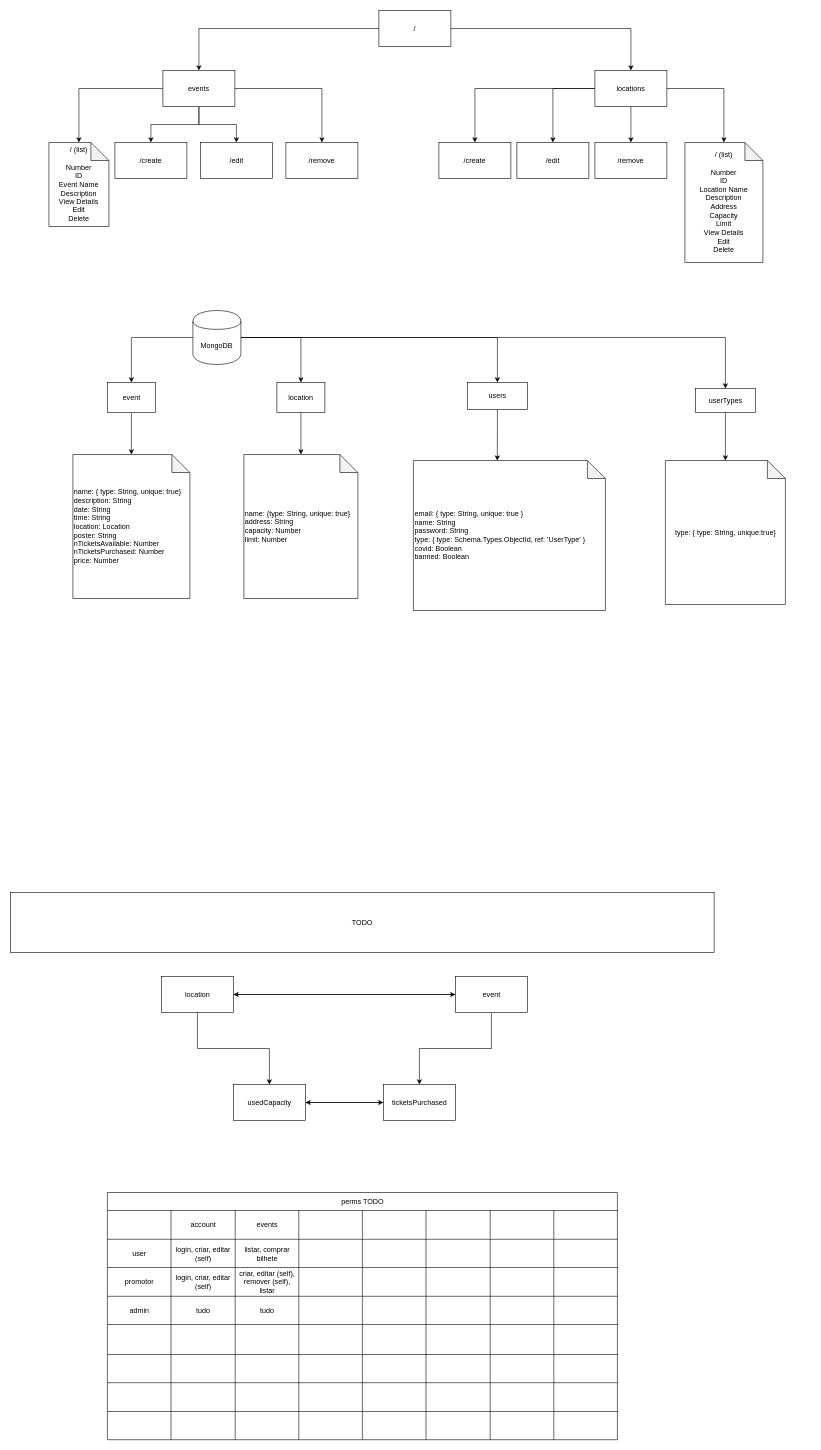
The draw.io diagram diagrama.drawio in onvrb/paw-v2, before the edit. Source tidied: cells renumbered, new cells numbered last; positions are measured from the earlier drawing's top-left corner, leaving out a move shared by most shapes. Both pictures are drawn from the tidied source at 60%, with x=0, y=0 at pixel (10, 10).
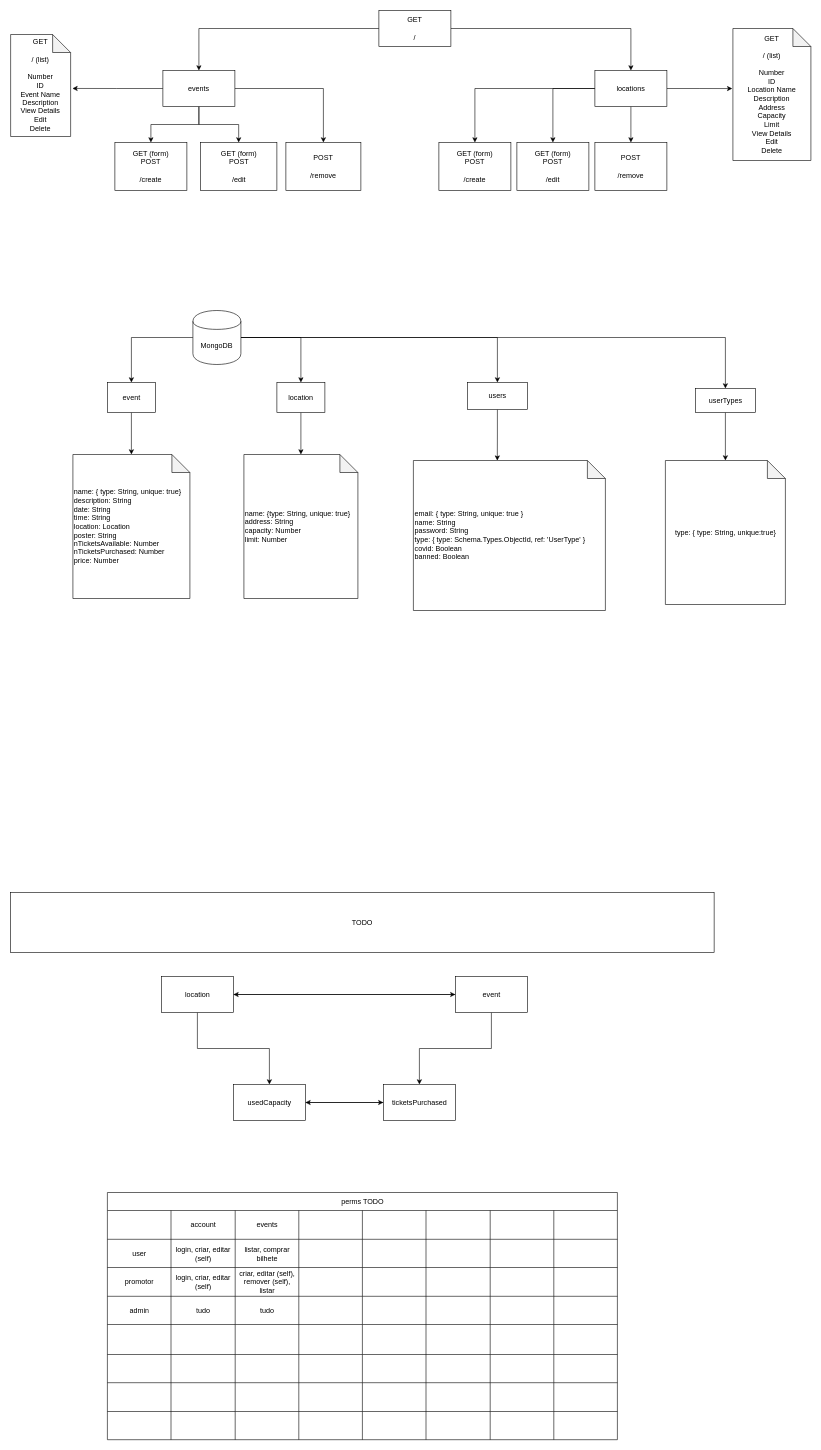
The same page after the edit.

Unchanged cells that the change refers to:
```xml
<mxCell id="10" value="events" style="whiteSpace=wrap;html=1;" parent="1" vertex="1">
  <mxGeometry x="254" y="100" width="120" height="60" as="geometry" />
</mxCell>
<mxCell id="15" value="locations" style="whiteSpace=wrap;html=1;" parent="1" vertex="1">
  <mxGeometry x="974" y="100" width="120" height="60" as="geometry" />
</mxCell>
```

What changed in the source:
```diff
@@
-    <mxCell id="4" value="/" style="rounded=0;whiteSpace=wrap;html=1;" parent="1" vertex="1">
+    <mxCell id="4" value="GET&lt;br&gt;&lt;br&gt;/" style="rounded=0;whiteSpace=wrap;html=1;" parent="1" vertex="1">
       <mxGeometry x="614" width="120" height="60" as="geometry" />
     </mxCell>
-    <mxCell id="5" value="/create" style="whiteSpace=wrap;html=1;" parent="1" vertex="1">
-      <mxGeometry x="174" y="220" width="120" height="60" as="geometry" />
+    <mxCell id="5" value="GET (form)&lt;br&gt;POST&lt;br&gt;&lt;br&gt;/create" style="whiteSpace=wrap;html=1;" parent="1" vertex="1">
+      <mxGeometry x="174" y="220" width="120" height="80" as="geometry" />
     </mxCell>
@@
+    <mxCell id="9" style="edgeStyle=orthogonalEdgeStyle;rounded=0;jettySize=auto;html=1;" parent="1" edge="1" source="10" target="92">
+      <mxGeometry relative="1" as="geometry" />
+    </mxCell>
-    <mxCell id="8" style="edgeStyle=orthogonalEdgeStyle;rounded=0;jettySize=auto;html=1;entryX=0.5;entryY=0;entryDx=0;entryDy=0;entryPerimeter=0;" parent="1" edge="1" source="10" target="115">
+    <mxCell id="8" style="edgeStyle=orthogonalEdgeStyle;rounded=0;jettySize=auto;html=1;entryX=1.03;entryY=0.529;entryDx=0;entryDy=0;entryPerimeter=0;" parent="1" edge="1" source="10" target="115">
       <mxGeometry relative="1" as="geometry" />
     </mxCell>
-    <mxCell id="9" style="edgeStyle=orthogonalEdgeStyle;rounded=0;jettySize=auto;html=1;" parent="1" edge="1" source="10" target="92">
-      <mxGeometry relative="1" as="geometry" />
-    </mxCell>
@@
-    <mxCell id="14" style="edgeStyle=orthogonalEdgeStyle;rounded=0;jettySize=auto;html=1;entryX=0.5;entryY=0;entryDx=0;entryDy=0;entryPerimeter=0;" parent="1" edge="1" source="15" target="116">
+    <mxCell id="14" style="edgeStyle=orthogonalEdgeStyle;rounded=0;jettySize=auto;html=1;entryX=-0.008;entryY=0.455;entryDx=0;entryDy=0;entryPerimeter=0;" parent="1" edge="1" source="15" target="116">
       <mxGeometry relative="1" as="geometry" />
     </mxCell>
@@
-    <mxCell id="16" value="/create" style="whiteSpace=wrap;html=1;" parent="1" vertex="1">
-      <mxGeometry x="714" y="220" width="120" height="60" as="geometry" />
+    <mxCell id="16" value="GET (form)&lt;br&gt;POST&lt;br&gt;&lt;br&gt;/create" style="whiteSpace=wrap;html=1;" parent="1" vertex="1">
+      <mxGeometry x="714" y="220" width="120" height="80" as="geometry" />
     </mxCell>
-    <mxCell id="17" value="/edit" style="whiteSpace=wrap;html=1;" parent="1" vertex="1">
-      <mxGeometry x="844" y="220" width="120" height="60" as="geometry" />
+    <mxCell id="17" value="GET (form)&lt;br&gt;POST&lt;br&gt;&lt;br&gt;/edit" style="whiteSpace=wrap;html=1;" parent="1" vertex="1">
+      <mxGeometry x="844" y="220" width="120" height="80" as="geometry" />
     </mxCell>
-    <mxCell id="18" value="/remove" style="whiteSpace=wrap;html=1;" parent="1" vertex="1">
-      <mxGeometry x="974" y="220" width="120" height="60" as="geometry" />
+    <mxCell id="18" value="POST&lt;br&gt;&lt;br&gt;/remove" style="whiteSpace=wrap;html=1;" parent="1" vertex="1">
+      <mxGeometry x="974" y="220" width="120" height="80" as="geometry" />
     </mxCell>
@@
-    <mxCell id="92" value="/remove" style="whiteSpace=wrap;html=1;" parent="1" vertex="1">
-      <mxGeometry x="459" y="220" width="120" height="60" as="geometry" />
+    <mxCell id="92" value="POST&lt;br&gt;&lt;br&gt;/remove" style="whiteSpace=wrap;html=1;" parent="1" vertex="1">
+      <mxGeometry x="459" y="220" width="125" height="80" as="geometry" />
     </mxCell>
-    <mxCell id="93" value="/edit" style="whiteSpace=wrap;html=1;" parent="1" vertex="1">
-      <mxGeometry x="316.5" y="220" width="120" height="60" as="geometry" />
+    <mxCell id="93" value="GET (form)&lt;br&gt;POST&lt;br&gt;&lt;br&gt;/edit" style="whiteSpace=wrap;html=1;" parent="1" vertex="1">
+      <mxGeometry x="316.5" y="220" width="127.5" height="80" as="geometry" />
     </mxCell>
@@
-    <mxCell id="115" value="&lt;span&gt;/ (list)&lt;br&gt;&lt;br&gt;Number&lt;br&gt;ID&lt;br&gt;Event Name&lt;br&gt;Description&lt;br&gt;View Details&lt;br&gt;Edit&lt;br&gt;Delete&lt;br&gt;&lt;/span&gt;" style="shape=note;whiteSpace=wrap;html=1;backgroundOutline=1;darkOpacity=0.05;" parent="1" vertex="1">
-      <mxGeometry x="64" y="220" width="100" height="140" as="geometry" />
+    <mxCell id="115" value="&lt;span&gt;GET&lt;br&gt;&lt;br&gt;/ (list)&lt;br&gt;&lt;br&gt;Number&lt;br&gt;ID&lt;br&gt;Event Name&lt;br&gt;Description&lt;br&gt;View Details&lt;br&gt;Edit&lt;br&gt;Delete&lt;br&gt;&lt;/span&gt;" style="shape=note;whiteSpace=wrap;html=1;backgroundOutline=1;darkOpacity=0.05;" parent="1" vertex="1">
+      <mxGeometry x="0.2" y="40" width="100" height="170" as="geometry" />
     </mxCell>
-    <mxCell id="116" value="&lt;span&gt;/ (list)&lt;br&gt;&lt;br&gt;Number&lt;br&gt;ID&lt;br&gt;Location Name&lt;br&gt;Description&lt;br&gt;Address&lt;br&gt;Capacity&lt;br&gt;Limit&lt;br&gt;View Details&lt;br&gt;Edit&lt;br&gt;Delete&lt;br&gt;&lt;/span&gt;" style="shape=note;whiteSpace=wrap;html=1;backgroundOutline=1;darkOpacity=0.05;" parent="1" vertex="1">
-      <mxGeometry x="1124" y="220" width="130" height="200" as="geometry" />
+    <mxCell id="116" value="&lt;span&gt;GET&lt;br&gt;&lt;br&gt;/ (list)&lt;br&gt;&lt;br&gt;Number&lt;br&gt;ID&lt;br&gt;Location Name&lt;br&gt;Description&lt;br&gt;Address&lt;br&gt;Capacity&lt;br&gt;Limit&lt;br&gt;View Details&lt;br&gt;Edit&lt;br&gt;Delete&lt;br&gt;&lt;/span&gt;" style="shape=note;whiteSpace=wrap;html=1;backgroundOutline=1;darkOpacity=0.05;" parent="1" vertex="1">
+      <mxGeometry x="1204" y="30" width="130" height="220" as="geometry" />
     </mxCell>
```
